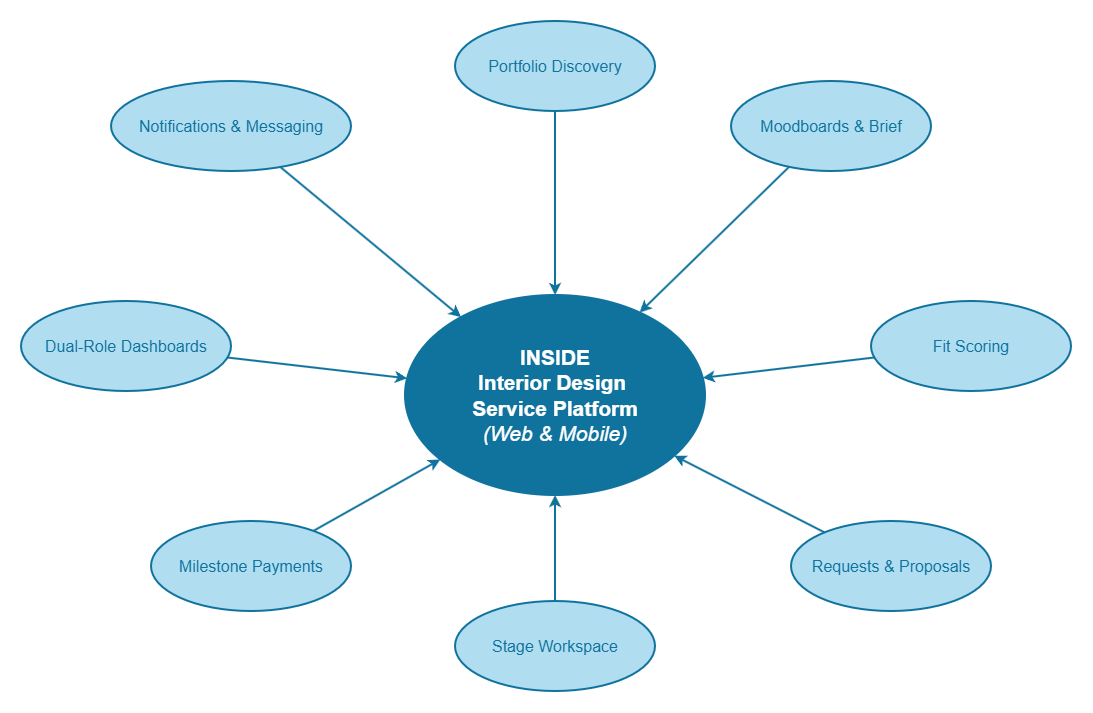
Above: docs/Proposal/diagrams/Simple AD.drawio.png in MNSBaanu/Inside (draw.io), before the change. Source tidied: cells renumbered, new cells last; positions are measured from the earlier drawing's top-left corner, leaving out a move shared by most shapes. The source it was exported from:
```xml
<mxGraphModel>
  <root>
    <mxCell id="0" />
    <mxCell id="1" parent="0" />
    <mxCell id="2" value="&lt;font style=&quot;font-size: 21px;&quot;&gt;&lt;b style=&quot;&quot;&gt;INSIDE&lt;/b&gt;&lt;br&gt;&lt;b style=&quot;&quot;&gt;Interior Design&amp;nbsp;&lt;/b&gt;&lt;/font&gt;&lt;div&gt;&lt;font style=&quot;font-size: 21px;&quot;&gt;&lt;b style=&quot;&quot;&gt;Service Platform&lt;/b&gt;&lt;br&gt;&lt;i style=&quot;&quot;&gt;(Web &amp;amp; Mobile)&lt;/i&gt;&lt;/font&gt;&lt;/div&gt;" style="ellipse;whiteSpace=wrap;html=1;fillColor=#10739e;strokeColor=#10739e;fontSize=15;strokeWidth=2;fontFamily=Helvetica;fontColor=#ffffff;" parent="1" vertex="1">
      <mxGeometry x="384" y="274" width="300" height="200" as="geometry" />
    </mxCell>
    <mxCell id="3" value="Portfolio Discovery" style="ellipse;whiteSpace=wrap;html=1;fillColor=#b1ddf0;strokeColor=#10739e;fontSize=16;strokeWidth=2;fontFamily=Helvetica;fontColor=#10739e;" parent="1" vertex="1">
      <mxGeometry x="434" width="200" height="90" as="geometry" />
    </mxCell>
    <mxCell id="4" value="Moodboards &amp;amp; Brief" style="ellipse;whiteSpace=wrap;html=1;fillColor=#b1ddf0;strokeColor=#10739e;fontSize=16;strokeWidth=2;fontFamily=Helvetica;fontColor=#10739e;" parent="1" vertex="1">
      <mxGeometry x="710" y="60" width="200" height="90" as="geometry" />
    </mxCell>
    <mxCell id="5" value="Fit Scoring" style="ellipse;whiteSpace=wrap;html=1;fillColor=#b1ddf0;strokeColor=#10739e;fontSize=16;strokeWidth=2;fontFamily=Helvetica;fontColor=#10739e;" parent="1" vertex="1">
      <mxGeometry x="850" y="280" width="200" height="90" as="geometry" />
    </mxCell>
    <mxCell id="6" value="Requests &amp;amp; Proposals" style="ellipse;whiteSpace=wrap;html=1;fillColor=#b1ddf0;strokeColor=#10739e;fontSize=16;strokeWidth=2;fontFamily=Helvetica;fontColor=#10739e;" parent="1" vertex="1">
      <mxGeometry x="770" y="500" width="200" height="90" as="geometry" />
    </mxCell>
    <mxCell id="7" value="Stage Workspace" style="ellipse;whiteSpace=wrap;html=1;fillColor=#b1ddf0;strokeColor=#10739e;fontSize=16;strokeWidth=2;fontFamily=Helvetica;fontColor=#10739e;" parent="1" vertex="1">
      <mxGeometry x="434" y="580" width="200" height="90" as="geometry" />
    </mxCell>
    <mxCell id="8" value="Milestone Payments" style="ellipse;whiteSpace=wrap;html=1;fillColor=#b1ddf0;strokeColor=#10739e;fontSize=16;strokeWidth=2;fontFamily=Helvetica;fontColor=#10739e;" parent="1" vertex="1">
      <mxGeometry x="130" y="500" width="200" height="90" as="geometry" />
    </mxCell>
    <mxCell id="9" value="Dual-Role Dashboards" style="ellipse;whiteSpace=wrap;html=1;fillColor=#b1ddf0;strokeColor=#10739e;fontSize=16;strokeWidth=2;fontFamily=Helvetica;fontColor=#10739e;" parent="1" vertex="1">
      <mxGeometry y="280" width="210" height="90" as="geometry" />
    </mxCell>
    <mxCell id="10" value="Notifications &amp;amp; Messaging" style="ellipse;whiteSpace=wrap;html=1;fillColor=#b1ddf0;strokeColor=#10739e;fontSize=16;strokeWidth=2;fontFamily=Helvetica;fontColor=#10739e;" parent="1" vertex="1">
      <mxGeometry x="90" y="60" width="240" height="90" as="geometry" />
    </mxCell>
    <mxCell id="11" style="edgeStyle=none;rounded=0;jettySize=auto;html=1;strokeColor=#10739e;strokeWidth=2;endArrow=classic;endFill=1;" parent="1" edge="1" source="3" target="2">
      <mxGeometry relative="1" as="geometry" />
    </mxCell>
    <mxCell id="12" style="edgeStyle=none;rounded=0;jettySize=auto;html=1;strokeColor=#10739e;strokeWidth=2;endArrow=classic;endFill=1;" parent="1" edge="1" source="4" target="2">
      <mxGeometry relative="1" as="geometry" />
    </mxCell>
    <mxCell id="13" style="edgeStyle=none;rounded=0;jettySize=auto;html=1;strokeColor=#10739e;strokeWidth=2;endArrow=classic;endFill=1;" parent="1" edge="1" source="5" target="2">
      <mxGeometry relative="1" as="geometry" />
    </mxCell>
    <mxCell id="14" style="edgeStyle=none;rounded=0;jettySize=auto;html=1;strokeColor=#10739e;strokeWidth=2;endArrow=classic;endFill=1;" parent="1" edge="1" source="6" target="2">
      <mxGeometry relative="1" as="geometry" />
    </mxCell>
    <mxCell id="15" style="edgeStyle=none;rounded=0;jettySize=auto;html=1;strokeColor=#10739e;strokeWidth=2;endArrow=classic;endFill=1;" parent="1" edge="1" source="7" target="2">
      <mxGeometry relative="1" as="geometry" />
    </mxCell>
    <mxCell id="16" style="edgeStyle=none;rounded=0;jettySize=auto;html=1;strokeColor=#10739e;strokeWidth=2;endArrow=classic;endFill=1;" parent="1" edge="1" source="8" target="2">
      <mxGeometry relative="1" as="geometry" />
    </mxCell>
    <mxCell id="17" style="edgeStyle=none;rounded=0;jettySize=auto;html=1;strokeColor=#10739e;strokeWidth=2;endArrow=classic;endFill=1;" parent="1" edge="1" source="9" target="2">
      <mxGeometry relative="1" as="geometry" />
    </mxCell>
    <mxCell id="18" style="edgeStyle=none;rounded=0;jettySize=auto;html=1;strokeColor=#10739e;strokeWidth=2;endArrow=classic;endFill=1;" parent="1" edge="1" source="10" target="2">
      <mxGeometry relative="1" as="geometry" />
    </mxCell>
  </root>
</mxGraphModel>
```
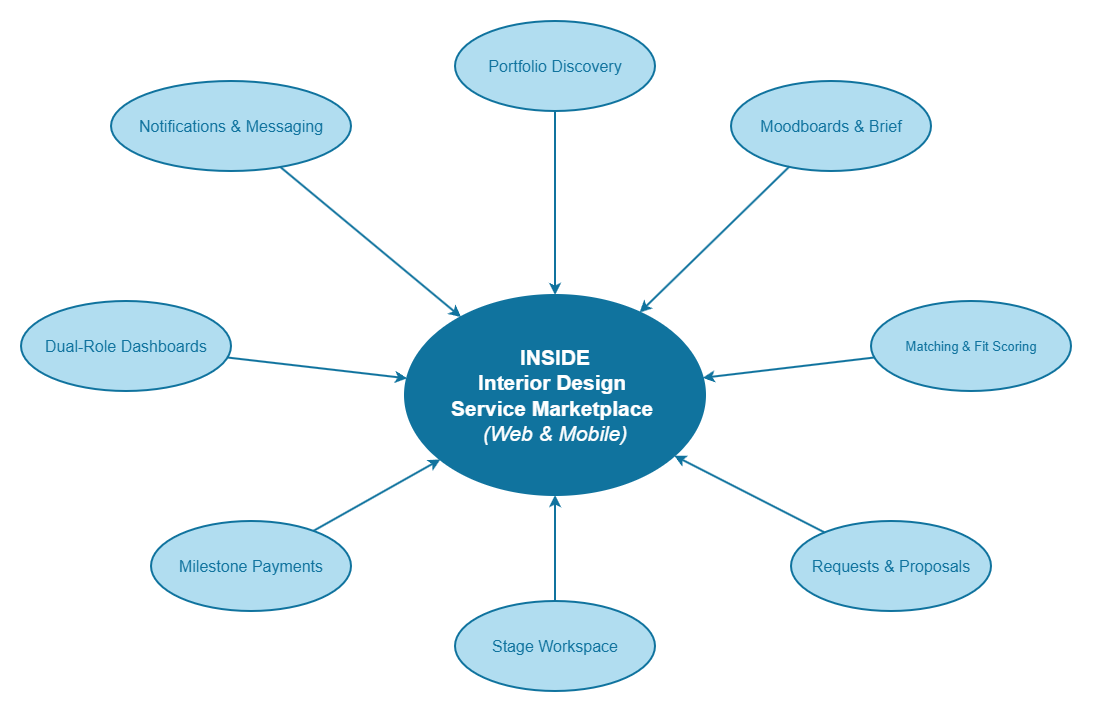
The same diagram one commit later.

The edit, as a diff of the source:
```diff
@@ -2,7 +2,7 @@
   <root>
     <mxCell id="0" />
     <mxCell id="1" parent="0" />
-    <mxCell id="2" value="&lt;font style=&quot;font-size: 21px;&quot;&gt;&lt;b style=&quot;&quot;&gt;INSIDE&lt;/b&gt;&lt;br&gt;&lt;b style=&quot;&quot;&gt;Interior Design&amp;nbsp;&lt;/b&gt;&lt;/font&gt;&lt;div&gt;&lt;font style=&quot;font-size: 21px;&quot;&gt;&lt;b style=&quot;&quot;&gt;Service Platform&lt;/b&gt;&lt;br&gt;&lt;i style=&quot;&quot;&gt;(Web &amp;amp; Mobile)&lt;/i&gt;&lt;/font&gt;&lt;/div&gt;" style="ellipse;whiteSpace=wrap;html=1;fillColor=#10739e;strokeColor=#10739e;fontSize=15;strokeWidth=2;fontFamily=Helvetica;fontColor=#ffffff;" parent="1" vertex="1">
+    <mxCell id="2" value="&lt;font style=&quot;font-size: 21px;&quot;&gt;&lt;b style=&quot;&quot;&gt;INSIDE&lt;/b&gt;&lt;br&gt;&lt;b style=&quot;&quot;&gt;Interior Design&amp;nbsp;&lt;/b&gt;&lt;/font&gt;&lt;div&gt;&lt;font style=&quot;font-size: 21px;&quot;&gt;&lt;b style=&quot;&quot;&gt;Service Marketplace&amp;nbsp;&lt;/b&gt;&lt;br&gt;&lt;i style=&quot;&quot;&gt;(Web &amp;amp; Mobile)&lt;/i&gt;&lt;/font&gt;&lt;/div&gt;" style="ellipse;whiteSpace=wrap;html=1;fillColor=#10739e;strokeColor=#10739e;fontSize=15;strokeWidth=2;fontFamily=Helvetica;fontColor=#ffffff;" parent="1" vertex="1">
       <mxGeometry x="384" y="274" width="300" height="200" as="geometry" />
     </mxCell>
     <mxCell id="3" value="Portfolio Discovery" style="ellipse;whiteSpace=wrap;html=1;fillColor=#b1ddf0;strokeColor=#10739e;fontSize=16;strokeWidth=2;fontFamily=Helvetica;fontColor=#10739e;" parent="1" vertex="1">
@@ -11,7 +11,7 @@
     <mxCell id="4" value="Moodboards &amp;amp; Brief" style="ellipse;whiteSpace=wrap;html=1;fillColor=#b1ddf0;strokeColor=#10739e;fontSize=16;strokeWidth=2;fontFamily=Helvetica;fontColor=#10739e;" parent="1" vertex="1">
       <mxGeometry x="710" y="60" width="200" height="90" as="geometry" />
     </mxCell>
-    <mxCell id="5" value="Fit Scoring" style="ellipse;whiteSpace=wrap;html=1;fillColor=#b1ddf0;strokeColor=#10739e;fontSize=16;strokeWidth=2;fontFamily=Helvetica;fontColor=#10739e;" parent="1" vertex="1">
+    <mxCell id="5" value="Matching &amp; Fit Scoring" style="ellipse;whiteSpace=wrap;html=1;fillColor=#b1ddf0;strokeColor=#10739e;fontSize=13;strokeWidth=2;fontFamily=Helvetica;fontColor=#10739e;" parent="1" vertex="1">
       <mxGeometry x="850" y="280" width="200" height="90" as="geometry" />
     </mxCell>
     <mxCell id="6" value="Requests &amp;amp; Proposals" style="ellipse;whiteSpace=wrap;html=1;fillColor=#b1ddf0;strokeColor=#10739e;fontSize=16;strokeWidth=2;fontFamily=Helvetica;fontColor=#10739e;" parent="1" vertex="1">
```
